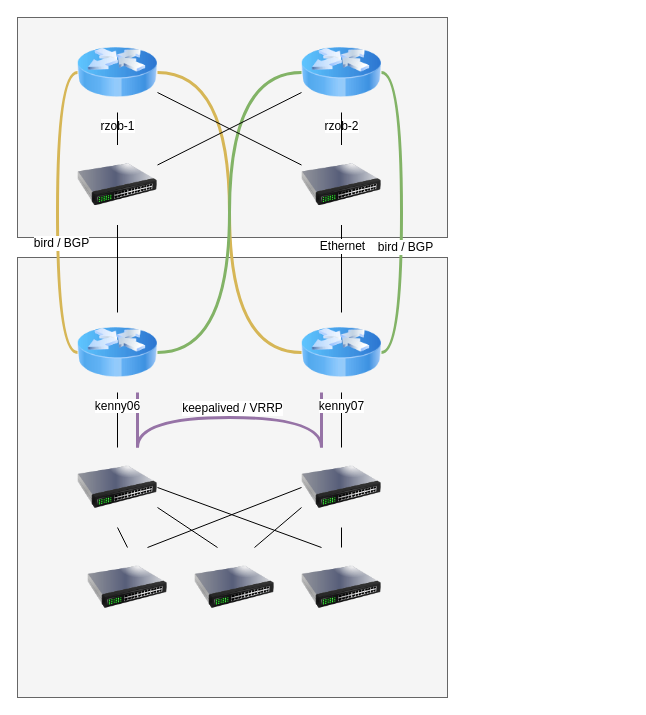
This is RZOB Routers.drawio from flyingcircusio/drawio, a draw.io file, before an edit. Source tidied: cells renumbered, new cells numbered last; positions are measured from the earlier drawing's top-left corner, leaving out a move shared by most shapes. Both pictures are drawn from the tidied source at 100%, with x=0, y=0 at pixel (17, 17).
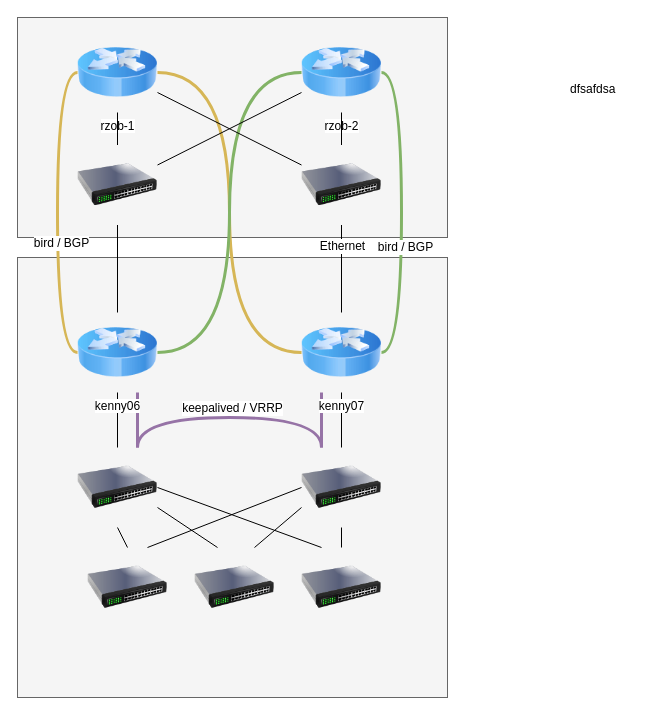
The same page after the edit.

Diff of the diagram source:
```diff
@@
+    <mxCell id="40" value="dfsafdsa" style="text;html=1;align=left;verticalAlign=top;spacingTop=-4;" parent="1" vertex="1">
+      <mxGeometry x="551" y="62" width="60" height="20" as="geometry" />
+    </mxCell>
```
